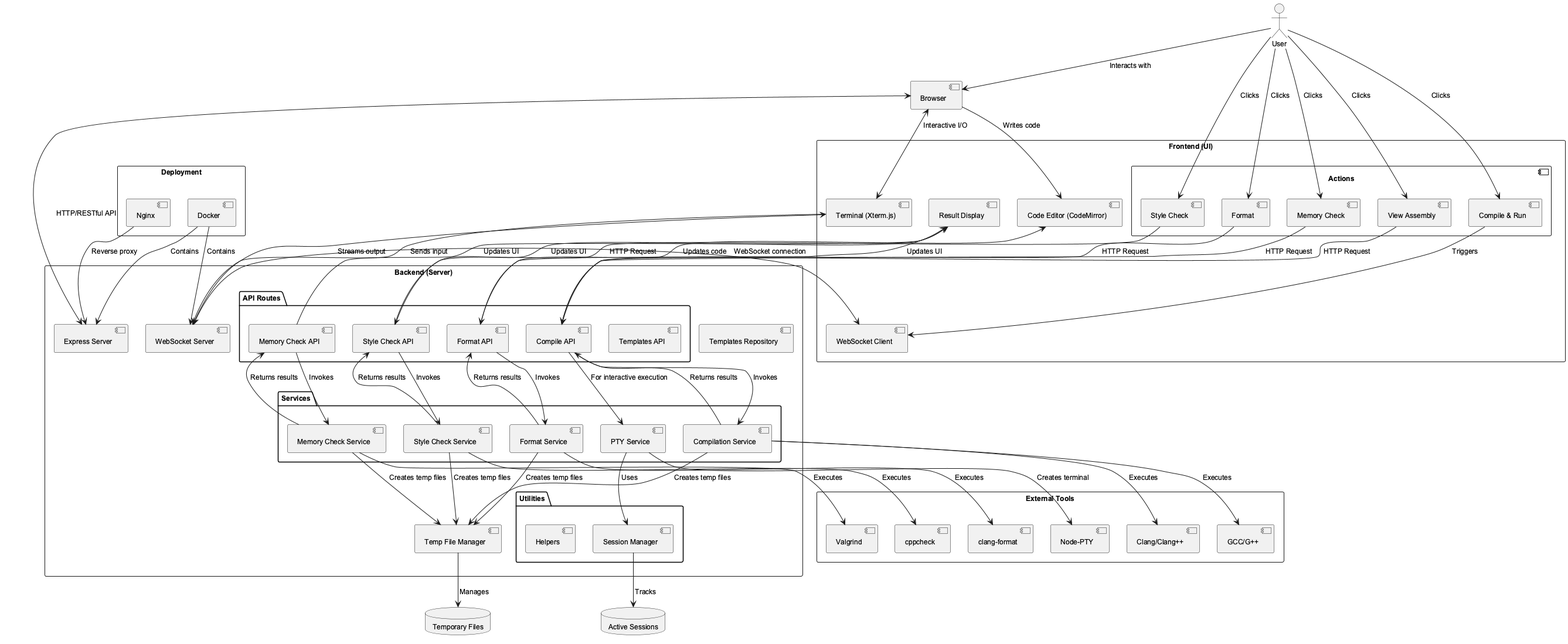
This is README/Architecture.png from Pp3ng/CinCout, a PlantUML export, as it was before one commit.
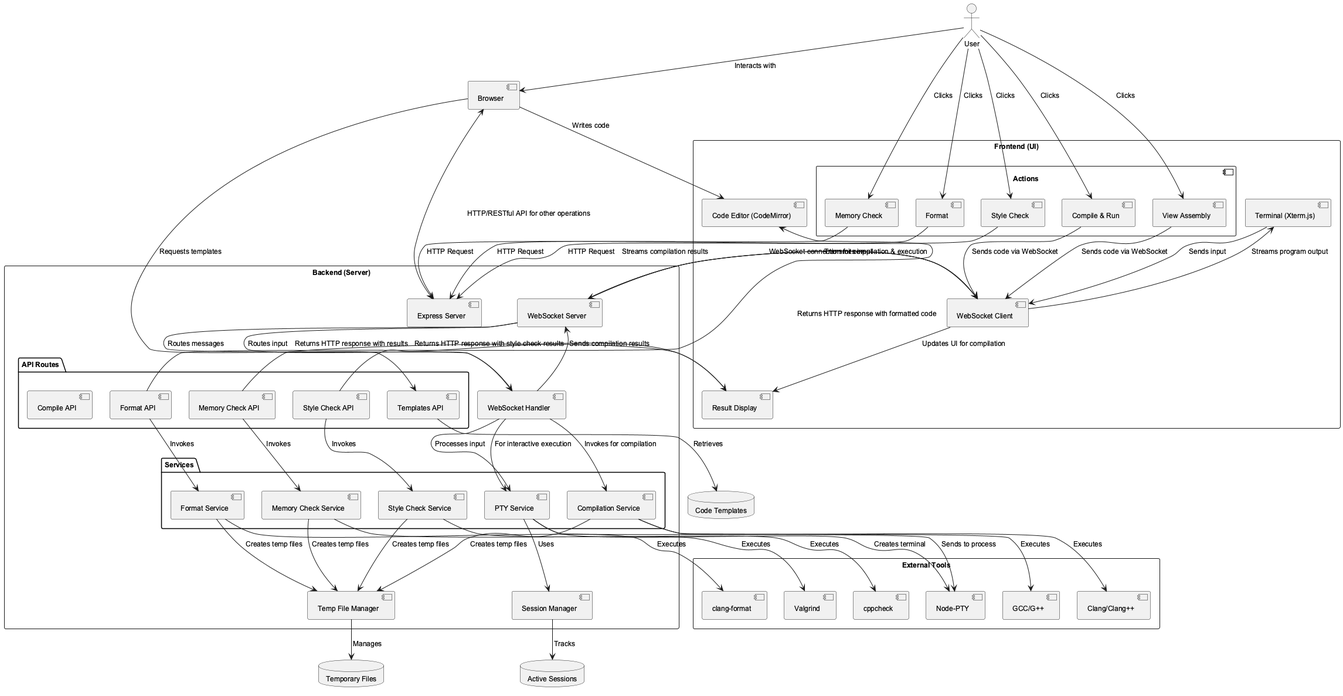
After the commit.

Commit message:
refactor: update README, improve architecture diagram, and enhance button styles

Diff of the diagram source:
```diff
@@ -46,13 +46,9 @@
     component "PTY Service" as PTYService
   }
 
-  package "Utilities" {
-    component "Helpers" as Utils
-    component "Session Manager" as SessionMgr
-  }
-
-  component "Templates Repository" as Templates
+  component "Session Manager" as SessionMgr
   component "Temp File Manager" as TempMgr
+  component "WebSocket Handler" as WSHandler
 }
 
 rectangle "External Tools" {
@@ -64,13 +60,9 @@
   component "Node-PTY" as NodePTY
 }
 
-rectangle "Deployment" {
-  component "Docker" as Docker
-  component "Nginx" as Nginx
-}
-
 database "Temporary Files" as TempFiles
 database "Active Sessions" as Sessions
+database "Code Templates" as Templates
 
 
 User --> Browser : Interacts with
@@ -82,20 +74,24 @@
 User --> StyleCheckAction : Clicks
 User --> AssemblyAction : Clicks
 
-CompileAction --> WSClient : Triggers
-MemcheckAction --> CompileAPI : HTTP Request
-FormatAction --> FormatAPI : HTTP Request
-StyleCheckAction --> StyleAPI : HTTP Request
-AssemblyAction --> CompileAPI : HTTP Request
+CompileAction --> WSClient : Sends code via WebSocket
+AssemblyAction --> WSClient : Sends code via WebSocket
+MemcheckAction --> Express : HTTP Request
+FormatAction --> Express : HTTP Request
+StyleCheckAction --> Express : HTTP Request
 
-WSClient <--> WSServer : WebSocket connection
-Browser <--> Express : HTTP/RESTful API
+WSClient <--> WSServer : WebSocket connection for compilation & execution
+Browser <--> Express : HTTP/RESTful API for other operations
+Browser --> TemplatesAPI : Requests templates
 
-CompileAPI --> CompileService : Invokes
+WSServer --> WSHandler : Routes messages
+WSHandler --> CompileService : Invokes for compilation
+WSHandler --> PTYService : For interactive execution
+
 MemcheckAPI --> MemcheckService : Invokes
 FormatAPI --> FormatService : Invokes
 StyleAPI --> StyleService : Invokes
-CompileAPI --> PTYService : For interactive execution
+TemplatesAPI --> Templates : Retrieves
 
 CompileService --> GCC : Executes
 CompileService --> Clang : Executes
@@ -112,22 +108,19 @@
 SessionMgr --> Sessions : Tracks
 PTYService --> SessionMgr : Uses
 
-CompileService --> CompileAPI : Returns results
-MemcheckService --> MemcheckAPI : Returns results
-FormatService --> FormatAPI : Returns results
-StyleService --> StyleAPI : Returns results
+WSHandler --> WSServer : Sends compilation results
+WSServer --> WSClient : Streams compilation results
+WSClient --> Display : Updates UI for compilation
+WSClient --> Terminal : Streams program output
 
-CompileAPI --> Display : Updates UI
-MemcheckAPI --> Display : Updates UI
-FormatAPI --> Editor : Updates code
-StyleAPI --> Display : Updates UI
+MemcheckAPI --> Display : Returns HTTP response with results
+FormatAPI --> Editor : Returns HTTP response with formatted code
+StyleAPI --> Display : Returns HTTP response with style check results
 
-WSServer --> Terminal : Streams output
-Terminal --> WSServer : Sends input
-Browser <--> Terminal : Interactive I/O
-
-Nginx --> Express : Reverse proxy
-Docker --> Express : Contains
-Docker --> WSServer : Contains
+Terminal --> WSClient : Sends input
+WSClient --> WSServer : Transmits input
+WSServer --> WSHandler : Routes input
+WSHandler --> PTYService : Processes input
+PTYService --> NodePTY : Sends to process
 
 @enduml
```
